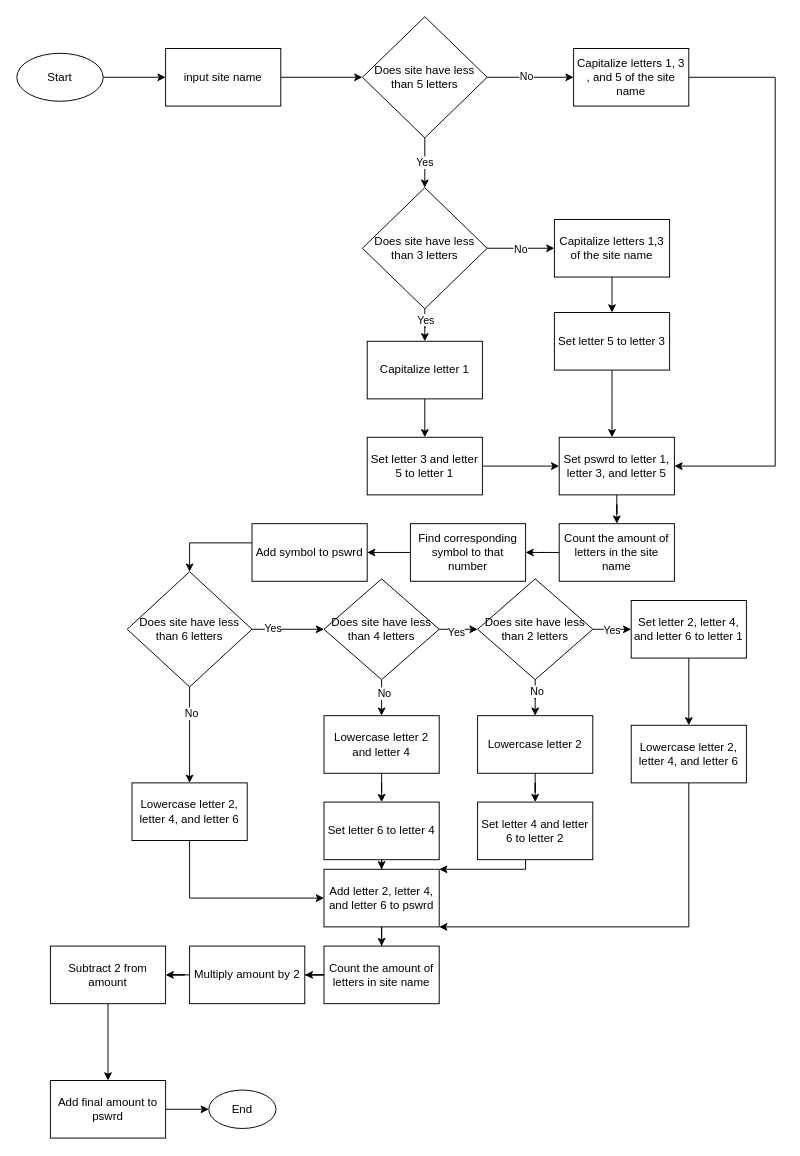
This is Untitled Diagram.drawio from crystal11han/AP-CSP, a draw.io file, before an edit. Source tidied: cells renumbered, new cells numbered last; positions are measured from the earlier drawing's top-left corner, leaving out a move shared by most shapes. Both pictures are drawn from the tidied source at 96%, with x=0, y=0 at pixel (16, 16).
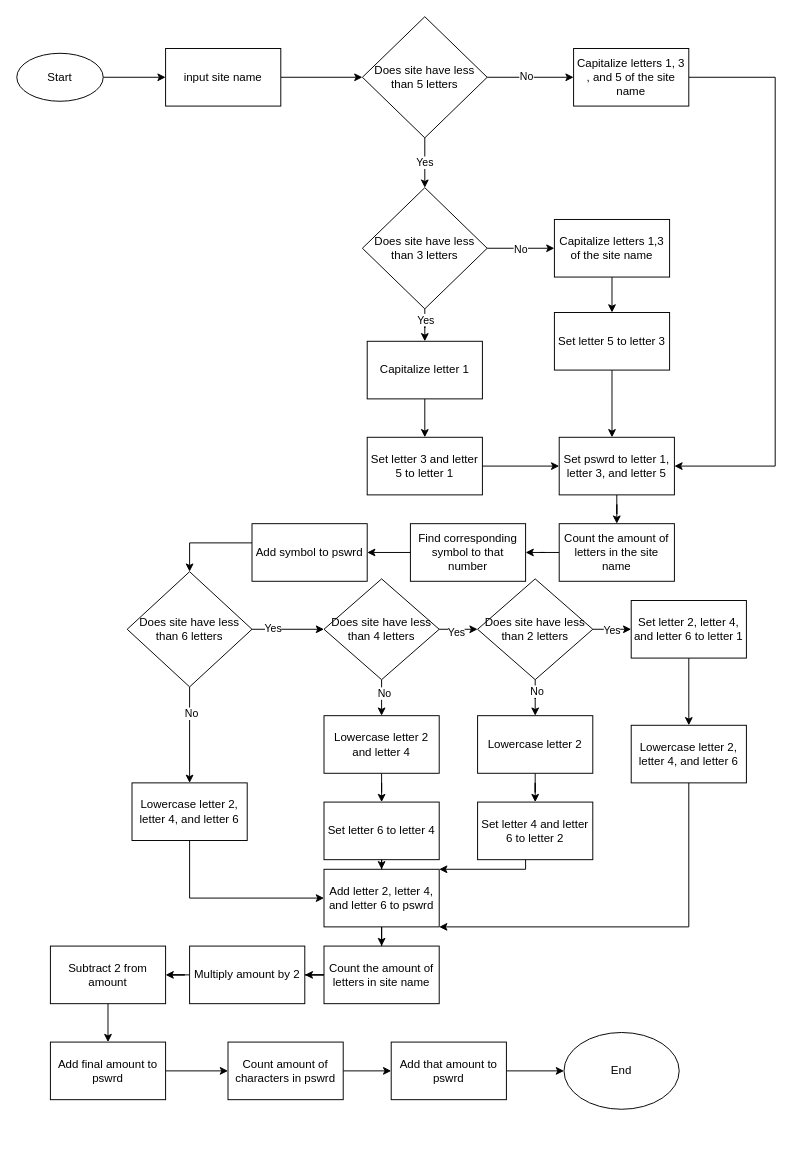
After the change.

What changed in the source:
```diff
@@
-    <mxCell id="71" style="edgeStyle=orthogonalEdgeStyle;rounded=0;jettySize=auto;html=1;" parent="1" edge="1" source="72" target="73">
-      <mxGeometry relative="1" as="geometry" />
-    </mxCell>
+    <mxCell id="74" style="edgeStyle=orthogonalEdgeStyle;rounded=0;jettySize=auto;html=1;" parent="1" edge="1" source="72" target="76">
+      <mxGeometry relative="1" as="geometry" />
+    </mxCell>
     <mxCell id="72" value="Add final amount to pswrd" style="whiteSpace=wrap;html=1;" parent="1" vertex="1">
-      <mxGeometry x="35" y="1108" width="120" height="60" as="geometry" />
+      <mxGeometry x="35" y="1068" width="120" height="60" as="geometry" />
     </mxCell>
+    <mxCell id="75" style="edgeStyle=orthogonalEdgeStyle;rounded=0;jettySize=auto;html=1;" parent="1" edge="1" source="76" target="78">
+      <mxGeometry relative="1" as="geometry" />
+    </mxCell>
+    <mxCell id="76" value="Count amount of characters in pswrd" style="whiteSpace=wrap;html=1;" parent="1" vertex="1">
+      <mxGeometry x="220" y="1068" width="120" height="60" as="geometry" />
+    </mxCell>
+    <mxCell id="77" style="edgeStyle=orthogonalEdgeStyle;rounded=0;jettySize=auto;html=1;" parent="1" edge="1" source="78" target="73">
+      <mxGeometry relative="1" as="geometry" />
+    </mxCell>
+    <mxCell id="78" value="Add that amount to pswrd" style="whiteSpace=wrap;html=1;" parent="1" vertex="1">
+      <mxGeometry x="390" y="1068" width="120" height="60" as="geometry" />
+    </mxCell>
     <mxCell id="73" value="End" style="ellipse;whiteSpace=wrap;html=1;" parent="1" vertex="1">
-      <mxGeometry x="200" y="1118" width="70" height="40" as="geometry" />
+      <mxGeometry x="570" y="1058" width="120" height="80" as="geometry" />
     </mxCell>
```
